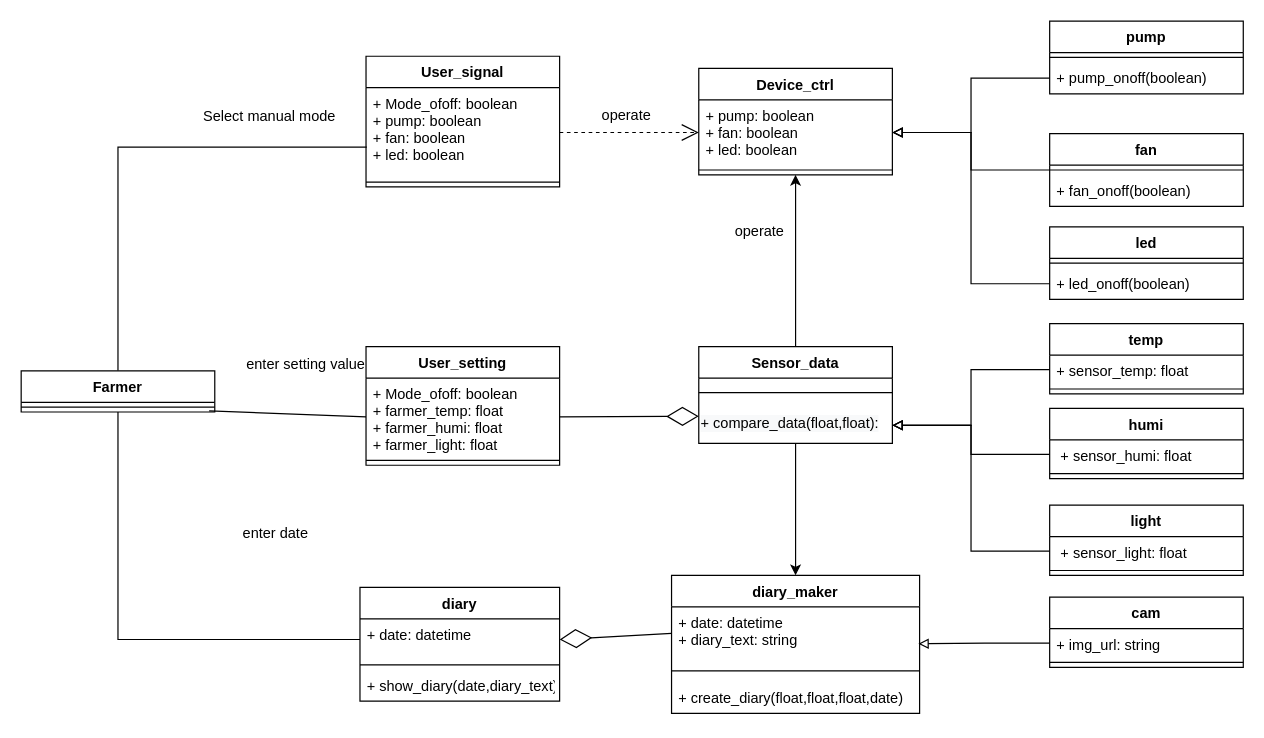
The draw.io diagram 5주차/class_dg_ver2.drawio in sonmyungwon/Software-Development, before the edit. Source tidied: cells renumbered, new cells numbered last; positions are measured from the earlier drawing's top-left corner, leaving out a move shared by most shapes. Both pictures are drawn from the tidied source at 121%, with x=0, y=0 at pixel (21, 21).
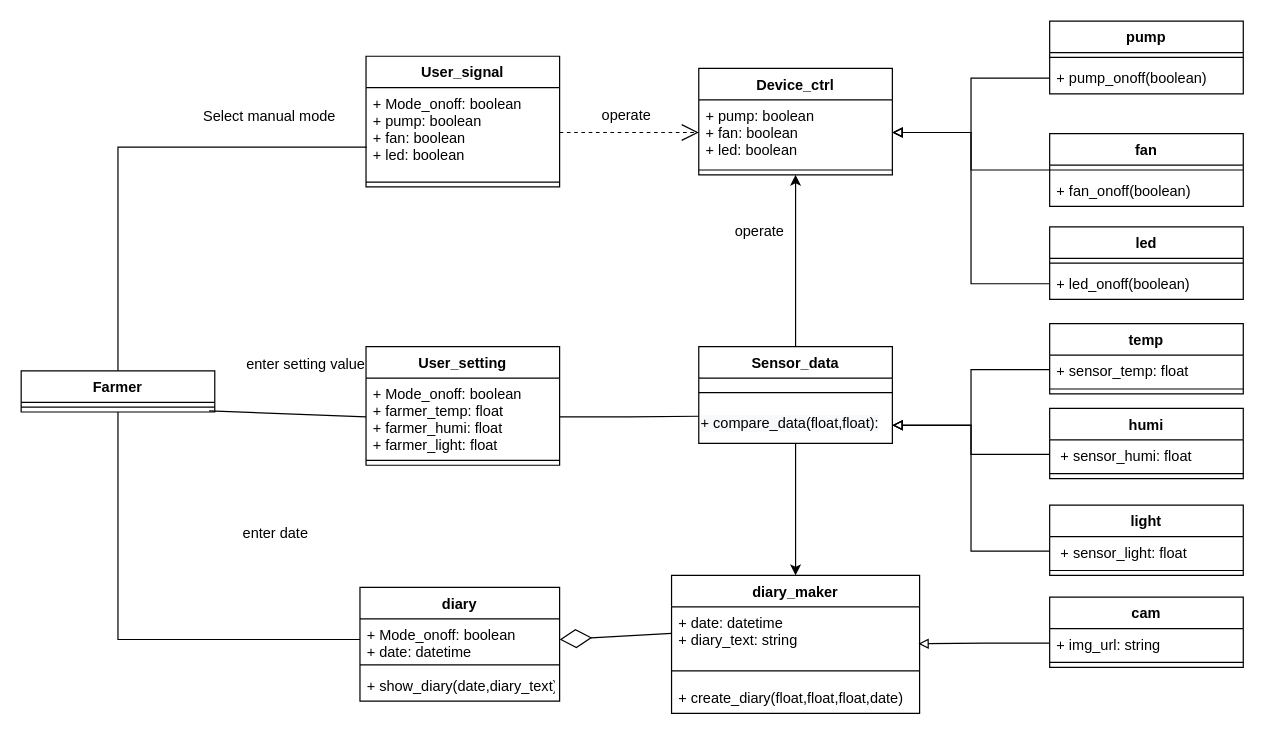
After the change.

The change refers to these unchanged cells:
```xml
<mxCell id="8" value="&lt;span style=&quot;color: rgb(0, 0, 0); font-family: Helvetica; font-size: 12px; font-style: normal; font-variant-ligatures: normal; font-variant-caps: normal; font-weight: 400; letter-spacing: normal; orphans: 2; text-align: left; text-indent: 0px; text-transform: none; widows: 2; word-spacing: 0px; -webkit-text-stroke-width: 0px; background-color: rgb(248, 249, 250); text-decoration-thickness: initial; text-decoration-style: initial; text-decoration-color: initial; float: none; display: inline !important;&quot;&gt;+ compare_data(float,float):&lt;/span&gt;" style="text;whiteSpace=wrap;html=1;" parent="6" vertex="1">
  <mxGeometry y="50" width="160" height="30" as="geometry" />
</mxCell>
<mxCell id="9" value="diary" style="swimlane;fontStyle=1;align=center;verticalAlign=top;horizontal=1;startSize=26;" parent="1" vertex="1">
  <mxGeometry x="280" y="468" width="165" height="94" as="geometry" />
</mxCell>
<mxCell id="17" value="User_signal" style="swimlane;fontStyle=1;align=center;verticalAlign=top;horizontal=1;startSize=26;" parent="1" vertex="1">
  <mxGeometry x="285" y="29" width="160" height="108" as="geometry" />
</mxCell>
<mxCell id="20" value="User_setting" style="swimlane;fontStyle=1;align=center;verticalAlign=top;horizontal=1;startSize=26;" parent="1" vertex="1">
  <mxGeometry x="285" y="269" width="160" height="98" as="geometry" />
</mxCell>
```

Change to the diagram source:
```diff
@@
-    <mxCell id="10" value="+ date: datetime&#10;" style="text;strokeColor=none;fillColor=none;align=left;verticalAlign=top;spacingLeft=4;spacingRight=4;overflow=hidden;points=[[0,0.5],[1,0.5]];portConstraint=eastwest;" parent="9" vertex="1">
+    <mxCell id="10" value="+ Mode_onoff: boolean&#10;+ date: datetime&#10;" style="text;strokeColor=none;fillColor=none;align=left;verticalAlign=top;spacingLeft=4;spacingRight=4;overflow=hidden;points=[[0,0.5],[1,0.5]];portConstraint=eastwest;" parent="9" vertex="1">
       <mxGeometry y="26" width="165" height="34" as="geometry" />
     </mxCell>
@@
-    <mxCell id="18" value="+ Mode_ofoff: boolean&#10;+ pump: boolean&#10;+ fan: boolean&#10;+ led: boolean&#10;" style="text;strokeColor=none;fillColor=none;align=left;verticalAlign=top;spacingLeft=4;spacingRight=4;overflow=hidden;points=[[0,0.5],[1,0.5]];portConstraint=eastwest;" parent="17" vertex="1">
+    <mxCell id="18" value="+ Mode_onoff: boolean&#10;+ pump: boolean&#10;+ fan: boolean&#10;+ led: boolean&#10;" style="text;strokeColor=none;fillColor=none;align=left;verticalAlign=top;spacingLeft=4;spacingRight=4;overflow=hidden;points=[[0,0.5],[1,0.5]];portConstraint=eastwest;" parent="17" vertex="1">
       <mxGeometry y="26" width="160" height="74" as="geometry" />
     </mxCell>
@@
-    <mxCell id="21" value="+ Mode_ofoff: boolean&#10;+ farmer_temp: float&#10;+ farmer_humi: float&#10;+ farmer_light: float" style="text;strokeColor=none;fillColor=none;align=left;verticalAlign=top;spacingLeft=4;spacingRight=4;overflow=hidden;points=[[0,0.5],[1,0.5]];portConstraint=eastwest;" parent="20" vertex="1">
+    <mxCell id="21" value="+ Mode_onoff: boolean&#10;+ farmer_temp: float&#10;+ farmer_humi: float&#10;+ farmer_light: float" style="text;strokeColor=none;fillColor=none;align=left;verticalAlign=top;spacingLeft=4;spacingRight=4;overflow=hidden;points=[[0,0.5],[1,0.5]];portConstraint=eastwest;" parent="20" vertex="1">
       <mxGeometry y="26" width="160" height="64" as="geometry" />
     </mxCell>
@@
-    <mxCell id="26" style="endArrow=diamondThin;endFill=0;endSize=24;html=1;rounded=0;entryX=0;entryY=0.25;entryDx=0;entryDy=0;exitX=1;exitY=0.5;exitDx=0;exitDy=0;" parent="1" edge="1" source="21" target="8">
-      <mxGeometry relative="1" as="geometry" />
-    </mxCell>
@@
+    <mxCell id="26" style="edgeStyle=orthogonalEdgeStyle;rounded=0;jettySize=auto;html=1;exitX=1;exitY=0.5;exitDx=0;exitDy=0;entryX=0;entryY=0.25;entryDx=0;entryDy=0;endArrow=none;endFill=0;" parent="1" edge="1" source="21" target="8">
+      <mxGeometry relative="1" as="geometry" />
+    </mxCell>
```
